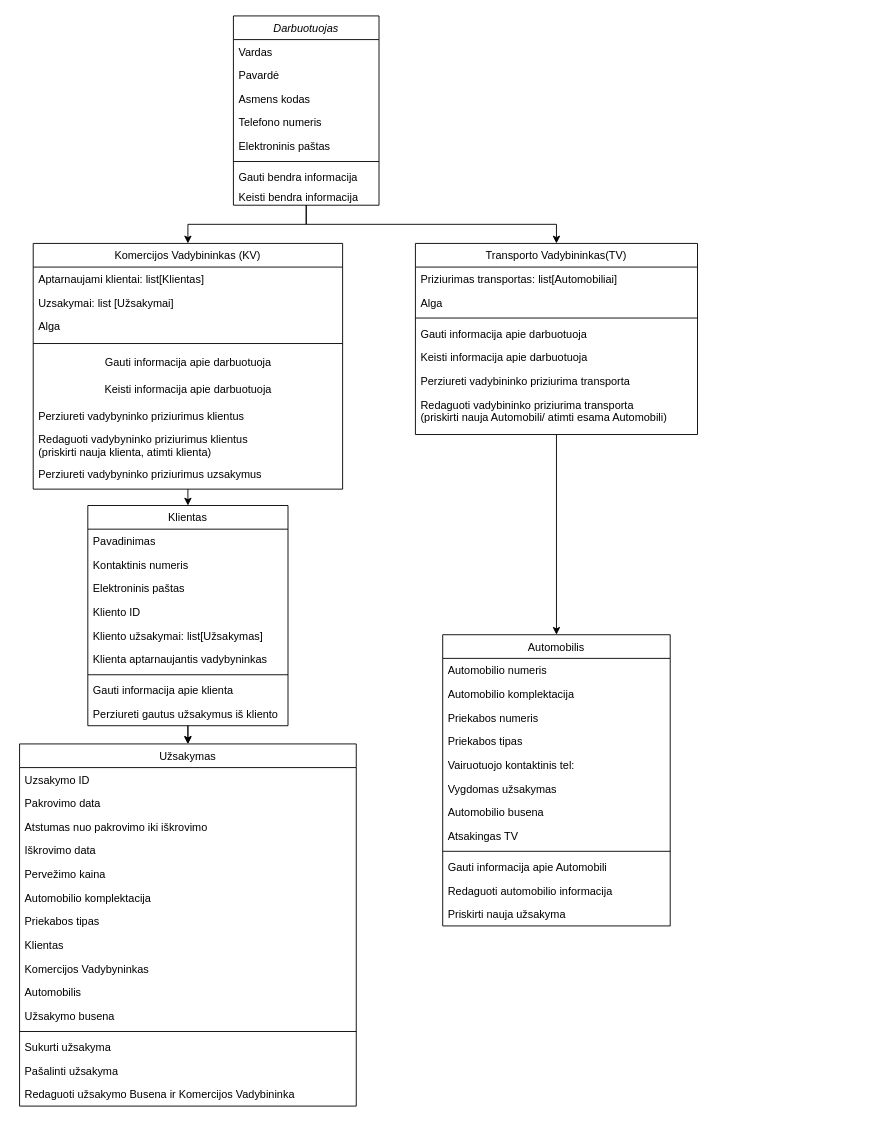
Above: miniProjektas.drawio in DDRAV/Miniprojektas-klusterizacija-klasifikacija- (draw.io), before the change. Source tidied: cells renumbered, new cells numbered last; positions are measured from the earlier drawing's top-left corner, leaving out a move shared by most shapes. Both pictures are drawn from the tidied source at 91%, with x=0, y=0 at pixel (19, 15).
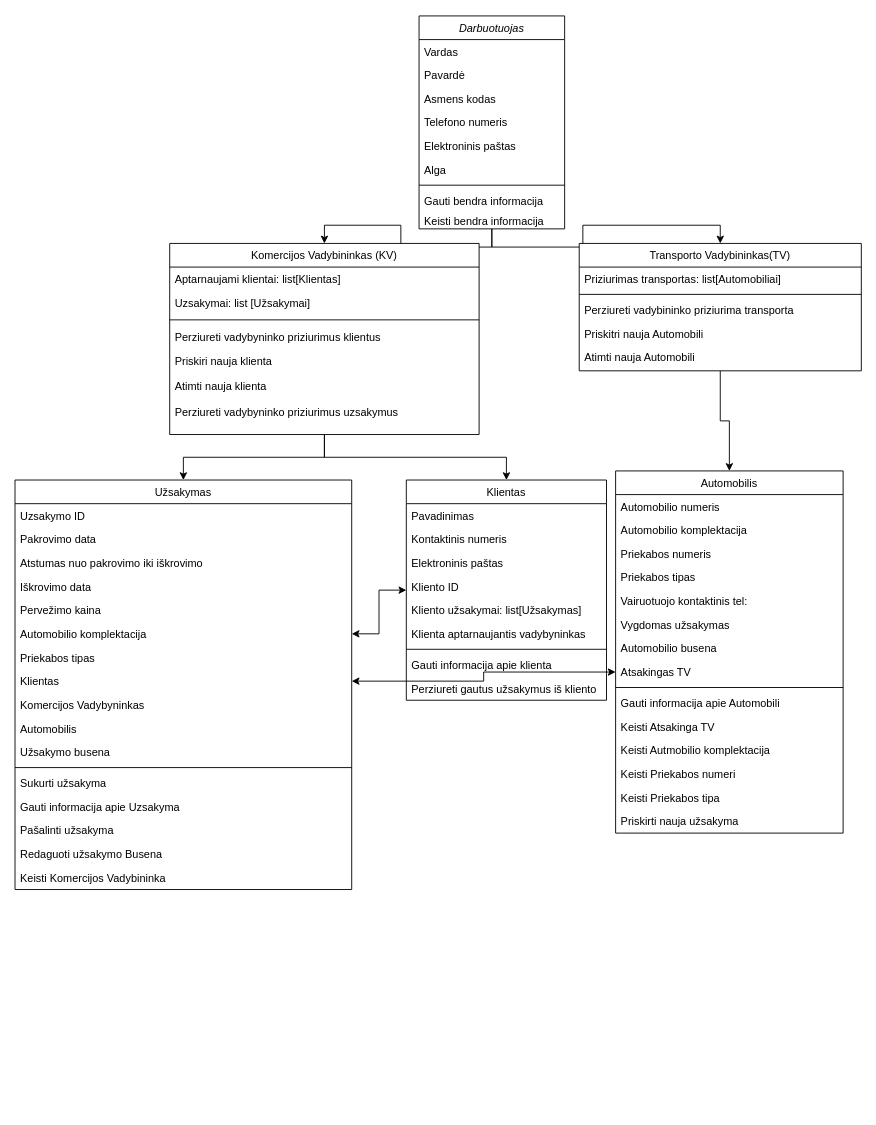
Above is the later version.

The change refers to these unchanged cells:
```xml
<mxCell id="40" value="Automobilio komplektacija" style="text;align=left;verticalAlign=top;spacingLeft=4;spacingRight=4;overflow=hidden;points=[[0,0.5],[1,0.5]];portConstraint=eastwest;rounded=0;shadow=0;html=0;" parent="34" vertex="1">
  <mxGeometry y="156" width="370" height="26" as="geometry" />
</mxCell>
<mxCell id="42" value="Klientas" style="text;align=left;verticalAlign=top;spacingLeft=4;spacingRight=4;overflow=hidden;points=[[0,0.5],[1,0.5]];portConstraint=eastwest;rounded=0;shadow=0;html=0;" parent="34" vertex="1">
  <mxGeometry y="208" width="370" height="26" as="geometry" />
</mxCell>
<mxCell id="58" value="Atsakingas TV" style="text;align=left;verticalAlign=top;spacingLeft=4;spacingRight=4;overflow=hidden;points=[[0,0.5],[1,0.5]];portConstraint=eastwest;rounded=0;shadow=0;html=0;" parent="50" vertex="1">
  <mxGeometry y="208" width="250" height="26" as="geometry" />
</mxCell>
```

Change to the diagram source:
```diff
@@
     <mxCell id="4" value="Darbuotuojas" style="swimlane;fontStyle=2;align=center;verticalAlign=top;horizontal=1;startSize=26;rounded=0;shadow=0;strokeWidth=1;" parent="1" vertex="1">
-      <mxGeometry x="235" width="160" height="208" as="geometry" />
+      <mxGeometry x="439" width="160" height="234" as="geometry" />
     </mxCell>
@@
+    <mxCell id="16" value="Alga" style="text;align=left;verticalAlign=top;spacingLeft=4;spacingRight=4;overflow=hidden;rounded=0;shadow=0;html=0;" parent="4" vertex="1">
+      <mxGeometry y="156" width="160" height="26" as="geometry" />
+    </mxCell>
     <mxCell id="10" style="line;html=1;strokeWidth=1;align=left;verticalAlign=middle;spacingTop=-1;spacingLeft=3;spacingRight=3;labelPosition=right;" parent="4" vertex="1">
-      <mxGeometry y="156" width="160" height="8" as="geometry" />
+      <mxGeometry y="182" width="160" height="8" as="geometry" />
     </mxCell>
     <mxCell id="11" value="Gauti bendra informacija" style="text;align=left;verticalAlign=top;spacingLeft=4;spacingRight=4;overflow=hidden;" parent="4" vertex="1">
-      <mxGeometry y="164" width="160" height="22" as="geometry" />
+      <mxGeometry y="190" width="160" height="22" as="geometry" />
     </mxCell>
     <mxCell id="12" value="Keisti bendra informacija" style="text;align=left;verticalAlign=top;spacingLeft=4;spacingRight=4;overflow=hidden;" parent="4" vertex="1">
-      <mxGeometry y="186" width="160" height="22" as="geometry" />
+      <mxGeometry y="212" width="160" height="22" as="geometry" />
     </mxCell>
@@
     <mxCell id="14" value="Transporto Vadybininkas(TV)" style="swimlane;fontStyle=0;align=center;verticalAlign=top;horizontal=1;startSize=26;rounded=0;shadow=0;strokeWidth=1;" parent="1" vertex="1">
-      <mxGeometry x="435" y="250" width="310" height="210" as="geometry" />
+      <mxGeometry x="615" y="250" width="310" height="140" as="geometry" />
     </mxCell>
@@
-    <mxCell id="16" value="Alga" style="text;align=left;verticalAlign=top;spacingLeft=4;spacingRight=4;overflow=hidden;rounded=0;shadow=0;html=0;" parent="14" vertex="1">
-      <mxGeometry y="52" width="310" height="26" as="geometry" />
-    </mxCell>
     <mxCell id="17" style="line;html=1;strokeWidth=1;align=left;verticalAlign=middle;spacingTop=-1;spacingLeft=3;spacingRight=3;labelPosition=right;" parent="14" vertex="1">
-      <mxGeometry y="78" width="310" height="8" as="geometry" />
+      <mxGeometry y="52" width="310" height="8" as="geometry" />
     </mxCell>
-    <mxCell id="18" value="Gauti informacija apie darbuotuoja" style="text;align=left;verticalAlign=top;spacingLeft=4;spacingRight=4;overflow=hidden;rounded=0;shadow=0;html=0;" parent="14" vertex="1">
-      <mxGeometry y="86" width="310" height="26" as="geometry" />
-    </mxCell>
-    <mxCell id="19" value="Keisti informacija apie darbuotuoja" style="text;align=left;verticalAlign=top;spacingLeft=4;spacingRight=4;overflow=hidden;rounded=0;shadow=0;html=0;" parent="14" vertex="1">
-      <mxGeometry y="112" width="310" height="26" as="geometry" />
-    </mxCell>
     <mxCell id="20" value="Perziureti vadybininko priziurima transporta " style="text;align=left;verticalAlign=top;spacingLeft=4;spacingRight=4;overflow=hidden;rounded=0;shadow=0;html=0;" parent="14" vertex="1">
-      <mxGeometry y="138" width="310" height="26" as="geometry" />
+      <mxGeometry y="60" width="310" height="26" as="geometry" />
     </mxCell>
-    <mxCell id="21" value="Redaguoti vadybininko priziurima transporta &#10;(priskirti nauja Automobili/ atimti esama Automobili) " style="text;align=left;verticalAlign=top;spacingLeft=4;spacingRight=4;overflow=hidden;rounded=0;shadow=0;html=0;" parent="14" vertex="1">
-      <mxGeometry y="164" width="310" height="46" as="geometry" />
+    <mxCell id="21" value="Priskitri nauja Automobili" style="text;align=left;verticalAlign=top;spacingLeft=4;spacingRight=4;overflow=hidden;rounded=0;shadow=0;html=0;" parent="14" vertex="1">
+      <mxGeometry y="86" width="310" height="26" as="geometry" />
     </mxCell>
-    <mxCell id="22" style="edgeStyle=orthogonalEdgeStyle;rounded=0;jettySize=auto;html=1;exitX=0.5;exitY=1;exitDx=0;exitDy=0;entryX=0.5;entryY=0;entryDx=0;entryDy=0;" parent="1" edge="1" source="64" target="34">
-      <mxGeometry relative="1" as="geometry" />
-    </mxCell>
+    <mxCell id="74" value="Atimti nauja Automobili" style="text;align=left;verticalAlign=top;spacingLeft=4;spacingRight=4;overflow=hidden;rounded=0;shadow=0;html=0;" parent="14" vertex="1">
+      <mxGeometry y="112" width="310" height="26" as="geometry" />
+    </mxCell>
+    <mxCell id="75" style="edgeStyle=orthogonalEdgeStyle;rounded=0;jettySize=auto;html=1;exitX=0.5;exitY=1;exitDx=0;exitDy=0;entryX=0.5;entryY=0;entryDx=0;entryDy=0;" parent="1" edge="1" source="23" target="34">
+      <mxGeometry relative="1" as="geometry" />
+    </mxCell>
     <mxCell id="23" value="Komercijos Vadybininkas (KV)" style="swimlane;fontStyle=0;align=center;verticalAlign=top;horizontal=1;startSize=26;rounded=0;shadow=0;strokeWidth=1;" parent="1" vertex="1">
-      <mxGeometry x="15" y="250" width="340" height="270" as="geometry" />
+      <mxGeometry x="165" y="250" width="340" height="210" as="geometry" />
     </mxCell>
@@
-    <mxCell id="26" value="Alga" style="text;align=left;verticalAlign=top;spacingLeft=4;spacingRight=4;overflow=hidden;" parent="23" vertex="1">
-      <mxGeometry y="78" width="340" height="26" as="geometry" />
-    </mxCell>
     <mxCell id="27" style="line;html=1;strokeWidth=1;align=left;verticalAlign=middle;spacingTop=-1;spacingLeft=3;spacingRight=3;labelPosition=right;" parent="23" vertex="1">
-      <mxGeometry y="104" width="340" height="12" as="geometry" />
+      <mxGeometry y="78" width="340" height="12" as="geometry" />
     </mxCell>
-    <mxCell id="28" value="Gauti informacija apie darbuotuoja" style="text;html=1;align=center;verticalAlign=middle;strokeColor=none;fillColor=none;" parent="23" vertex="1">
-      <mxGeometry y="116" width="340" height="30" as="geometry" />
-    </mxCell>
-    <mxCell id="29" value="Keisti informacija apie darbuotuoja" style="text;html=1;align=center;verticalAlign=middle;strokeColor=none;fillColor=none;" parent="23" vertex="1">
-      <mxGeometry y="146" width="340" height="30" as="geometry" />
-    </mxCell>
     <mxCell id="30" value="Perziureti vadybyninko priziurimus klientus" style="text;align=left;verticalAlign=top;spacingLeft=4;spacingRight=4;overflow=hidden;" parent="23" vertex="1">
-      <mxGeometry y="176" width="340" height="26" as="geometry" />
+      <mxGeometry y="90" width="340" height="26" as="geometry" />
     </mxCell>
-    <mxCell id="31" value="Redaguoti vadybyninko priziurimus klientus&#10;(priskirti nauja klienta, atimti klienta)" style="text;align=left;verticalAlign=top;spacingLeft=4;spacingRight=4;overflow=hidden;" parent="23" vertex="1">
-      <mxGeometry y="202" width="340" height="38" as="geometry" />
+    <mxCell id="31" value="Priskiri nauja klienta " style="text;align=left;verticalAlign=top;spacingLeft=4;spacingRight=4;overflow=hidden;" parent="23" vertex="1">
+      <mxGeometry y="116" width="340" height="28" as="geometry" />
     </mxCell>
+    <mxCell id="76" value="Atimti nauja klienta" style="text;align=left;verticalAlign=top;spacingLeft=4;spacingRight=4;overflow=hidden;" parent="23" vertex="1">
+      <mxGeometry y="144" width="340" height="28" as="geometry" />
+    </mxCell>
     <mxCell id="32" value="Perziureti vadybyninko priziurimus uzsakymus" style="text;align=left;verticalAlign=top;spacingLeft=4;spacingRight=4;overflow=hidden;" parent="23" vertex="1">
-      <mxGeometry y="240" width="340" height="26" as="geometry" />
+      <mxGeometry y="172" width="340" height="26" as="geometry" />
     </mxCell>
-    <mxCell id="33" style="edgeStyle=orthogonalEdgeStyle;rounded=0;jettySize=auto;html=1;exitX=0.5;exitY=1;exitDx=0;exitDy=0;entryX=0.5;entryY=0;entryDx=0;entryDy=0;" parent="1" edge="1" source="64" target="34">
-      <mxGeometry relative="1" as="geometry" />
-    </mxCell>
     <mxCell id="34" value="Užsakymas" style="swimlane;fontStyle=0;align=center;verticalAlign=top;horizontal=1;startSize=26;rounded=0;shadow=0;strokeWidth=1;" parent="1" vertex="1">
-      <mxGeometry y="800" width="370" height="398" as="geometry" />
+      <mxGeometry x="-5" y="510" width="370" height="450" as="geometry" />
     </mxCell>
@@
+    <mxCell id="77" value="Gauti informacija apie Uzsakyma" style="text;align=left;verticalAlign=top;spacingLeft=4;spacingRight=4;overflow=hidden;" parent="34" vertex="1">
+      <mxGeometry y="346" width="370" height="26" as="geometry" />
+    </mxCell>
     <mxCell id="48" value="Pašalinti užsakyma" style="text;align=left;verticalAlign=top;spacingLeft=4;spacingRight=4;overflow=hidden;" parent="34" vertex="1">
-      <mxGeometry y="346" width="370" height="26" as="geometry" />
+      <mxGeometry y="372" width="370" height="26" as="geometry" />
     </mxCell>
-    <mxCell id="49" value="Redaguoti užsakymo Busena ir Komercijos Vadybininka" style="text;align=left;verticalAlign=top;spacingLeft=4;spacingRight=4;overflow=hidden;" parent="34" vertex="1">
-      <mxGeometry y="372" width="370" height="26" as="geometry" />
+    <mxCell id="49" value="Redaguoti užsakymo Busena" style="text;align=left;verticalAlign=top;spacingLeft=4;spacingRight=4;overflow=hidden;" parent="34" vertex="1">
+      <mxGeometry y="398" width="370" height="26" as="geometry" />
     </mxCell>
+    <mxCell id="78" value="Keisti Komercijos Vadybininka" style="text;align=left;verticalAlign=top;spacingLeft=4;spacingRight=4;overflow=hidden;" parent="34" vertex="1">
+      <mxGeometry y="424" width="370" height="26" as="geometry" />
+    </mxCell>
     <mxCell id="50" value="Automobilis" style="swimlane;fontStyle=0;align=center;verticalAlign=top;horizontal=1;startSize=26;rounded=0;shadow=0;strokeWidth=1;" parent="1" vertex="1">
-      <mxGeometry x="465" y="680" width="250" height="320" as="geometry" />
+      <mxGeometry x="655" y="500" width="250" height="398" as="geometry" />
     </mxCell>
@@
-    <mxCell id="61" value="Redaguoti automobilio informacija" style="text;align=left;verticalAlign=top;spacingLeft=4;spacingRight=4;overflow=hidden;" parent="50" vertex="1">
+    <mxCell id="61" value="Keisti Atsakinga TV" style="text;align=left;verticalAlign=top;spacingLeft=4;spacingRight=4;overflow=hidden;" parent="50" vertex="1">
       <mxGeometry y="268" width="250" height="26" as="geometry" />
     </mxCell>
+    <mxCell id="79" value="Keisti Autmobilio komplektacija" style="text;align=left;verticalAlign=top;spacingLeft=4;spacingRight=4;overflow=hidden;" parent="50" vertex="1">
+      <mxGeometry y="294" width="250" height="26" as="geometry" />
+    </mxCell>
+    <mxCell id="80" value="Keisti Priekabos numeri" style="text;align=left;verticalAlign=top;spacingLeft=4;spacingRight=4;overflow=hidden;" parent="50" vertex="1">
+      <mxGeometry y="320" width="250" height="26" as="geometry" />
+    </mxCell>
+    <mxCell id="81" value="Keisti Priekabos tipa" style="text;align=left;verticalAlign=top;spacingLeft=4;spacingRight=4;overflow=hidden;" parent="50" vertex="1">
+      <mxGeometry y="346" width="250" height="26" as="geometry" />
+    </mxCell>
     <mxCell id="62" value="Priskirti nauja užsakyma" style="text;align=left;verticalAlign=top;spacingLeft=4;spacingRight=4;overflow=hidden;" parent="50" vertex="1">
-      <mxGeometry y="294" width="250" height="26" as="geometry" />
+      <mxGeometry y="372" width="250" height="26" as="geometry" />
     </mxCell>
@@
+    <mxCell id="82" style="edgeStyle=orthogonalEdgeStyle;rounded=0;jettySize=auto;html=1;entryX=1;entryY=0.5;entryDx=0;entryDy=0;startArrow=classic;startFill=1;" parent="1" edge="1" source="64" target="40">
+      <mxGeometry relative="1" as="geometry" />
+    </mxCell>
     <mxCell id="64" value="Klientas" style="swimlane;fontStyle=0;align=center;verticalAlign=top;horizontal=1;startSize=26;rounded=0;shadow=0;strokeWidth=1;" parent="1" vertex="1">
-      <mxGeometry x="75" y="538" width="220" height="242" as="geometry" />
+      <mxGeometry x="425" y="510" width="220" height="242" as="geometry" />
     </mxCell>
@@
+    <mxCell id="83" style="edgeStyle=orthogonalEdgeStyle;rounded=0;jettySize=auto;html=1;exitX=0;exitY=0.5;exitDx=0;exitDy=0;entryX=1;entryY=0.5;entryDx=0;entryDy=0;startArrow=classic;startFill=1;" parent="1" edge="1" source="58" target="42">
+      <mxGeometry relative="1" as="geometry" />
+    </mxCell>
```
